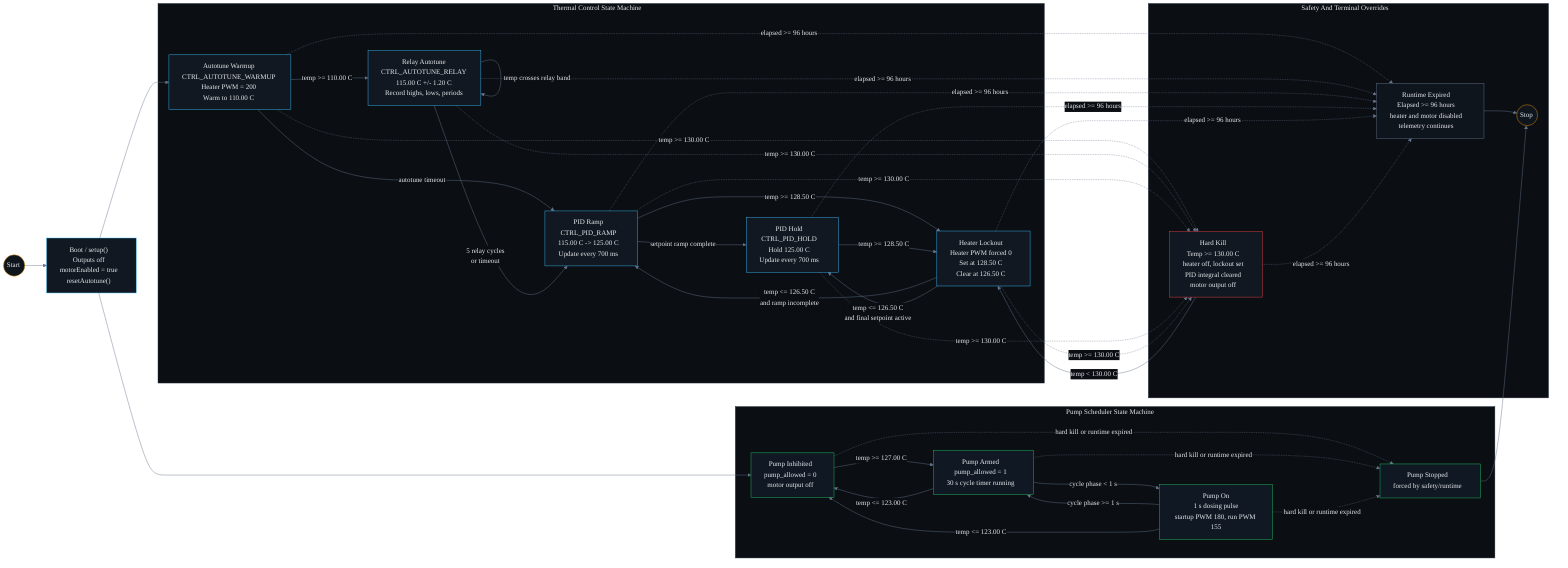
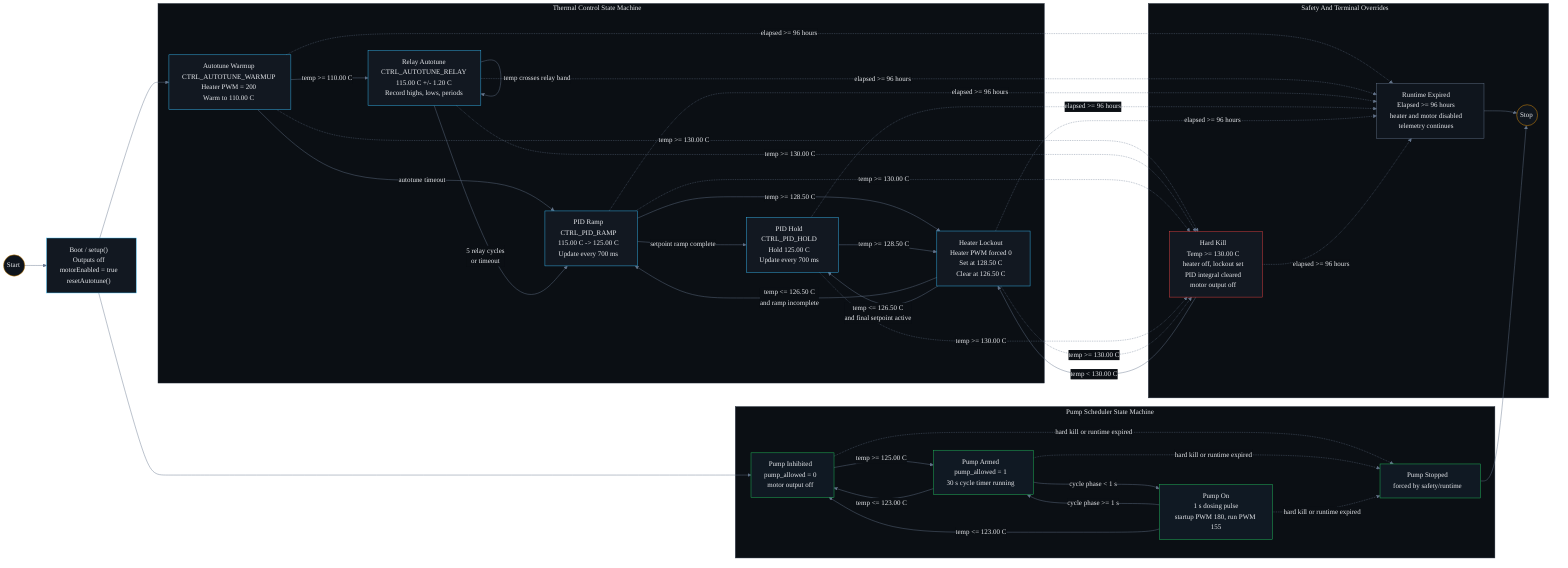
%%{init: {"theme": "base", "themeVariables": {"background": "#0b0f14", "mainBkg": "#121821", "secondBkg": "#0b0f14", "primaryColor": "#121821", "primaryTextColor": "#e5e7eb", "primaryBorderColor": "#1f2937", "lineColor": "#64748b", "secondaryColor": "#0b0f14", "tertiaryColor": "#0b0f14", "fontFamily": "Inter, IBM Plex Sans, ui-sans-serif, system-ui, sans-serif", "edgeLabelBackground": "#0b0f14", "clusterBkg": "#0b0f14", "clusterBorder": "#1f2937", "titleColor": "#e5e7eb", "nodeTextColor": "#e5e7eb"}}}%%
flowchart LR
  Start((Start)) --> Boot["Boot / setup()\nOutputs off\nmotorEnabled = true\nresetAutotune()"]

  subgraph Thermal["Thermal Control State Machine"]
    Warmup["Autotune Warmup\nCTRL_AUTOTUNE_WARMUP\nHeater PWM = 200\nWarm to 110.00 C"]
    Relay["Relay Autotune\nCTRL_AUTOTUNE_RELAY\n115.00 C +/- 1.20 C\nRecord highs, lows, periods"]
    Ramp["PID Ramp\nCTRL_PID_RAMP\n115.00 C -> 125.00 C\nUpdate every 700 ms"]
    Hold["PID Hold\nCTRL_PID_HOLD\nHold 125.00 C\nUpdate every 700 ms"]
    Lockout["Heater Lockout\nHeater PWM forced 0\nSet at 128.50 C\nClear at 126.50 C"]

    Warmup -->|"temp >= 110.00 C"| Relay
    Warmup -->|"autotune timeout"| Ramp
    Relay -->|"5 relay cycles\nor timeout"| Ramp
    Relay -->|"temp crosses relay band"| Relay
    Ramp -->|"setpoint ramp complete"| Hold
    Ramp -->|"temp >= 128.50 C"| Lockout
    Hold -->|"temp >= 128.50 C"| Lockout
    Lockout -->|"temp <= 126.50 C\nand ramp incomplete"| Ramp
    Lockout -->|"temp <= 126.50 C\nand final setpoint active"| Hold
  end

  Boot --> Warmup

  subgraph Pump["Pump Scheduler State Machine"]
    PumpInhibited["Pump Inhibited\npump_allowed = 0\nmotor output off"]
    PumpArmed["Pump Armed\npump_allowed = 1\n30 s cycle timer running"]
    PumpOn["Pump On\n1 s dosing pulse\nstartup PWM 180, run PWM 155"]
    PumpStopped["Pump Stopped\nforced by safety/runtime"]

-     PumpInhibited -->|"temp >= 127.00 C"| PumpArmed
+     PumpInhibited -->|"temp >= 125.00 C"| PumpArmed
    PumpArmed -->|"cycle phase < 1 s"| PumpOn
    PumpOn -->|"cycle phase >= 1 s"| PumpArmed
    PumpArmed -->|"temp <= 123.00 C"| PumpInhibited
    PumpOn -->|"temp <= 123.00 C"| PumpInhibited
  end

  Boot --> PumpInhibited

  subgraph Overrides["Safety And Terminal Overrides"]
    HardKill["Hard Kill\nTemp >= 130.00 C\nheater off, lockout set\nPID integral cleared\nmotor output off"]
    RuntimeExpired["Runtime Expired\nElapsed >= 96 hours\nheater and motor disabled\ntelemetry continues"]
    Stop((Stop))
  end

  Warmup -.->|"temp >= 130.00 C"| HardKill
  Relay -.->|"temp >= 130.00 C"| HardKill
  Ramp -.->|"temp >= 130.00 C"| HardKill
  Hold -.->|"temp >= 130.00 C"| HardKill
  Lockout -.->|"temp >= 130.00 C"| HardKill
  HardKill -->|"temp < 130.00 C"| Lockout

  Warmup -.->|"elapsed >= 96 hours"| RuntimeExpired
  Relay -.->|"elapsed >= 96 hours"| RuntimeExpired
  Ramp -.->|"elapsed >= 96 hours"| RuntimeExpired
  Hold -.->|"elapsed >= 96 hours"| RuntimeExpired
  Lockout -.->|"elapsed >= 96 hours"| RuntimeExpired
  HardKill -.->|"elapsed >= 96 hours"| RuntimeExpired
  PumpInhibited -.->|"hard kill or runtime expired"| PumpStopped
  PumpArmed -.->|"hard kill or runtime expired"| PumpStopped
  PumpOn -.->|"hard kill or runtime expired"| PumpStopped
  RuntimeExpired --> Stop
  PumpStopped --> Stop

  classDef normal fill:#121821,stroke:#38bdf8,color:#e5e7eb,stroke-width:1px;
  classDef pump fill:#101923,stroke:#22c55e,color:#e5e7eb,stroke-width:1px;
  classDef safety fill:#121821,stroke:#ef4444,color:#e5e7eb,stroke-width:1px;
  classDef terminal fill:#0f151d,stroke:#64748b,color:#e5e7eb,stroke-width:1px;
  classDef start fill:#0f151d,stroke:#f59e0b,color:#e5e7eb,stroke-width:1px;

  class Boot,Warmup,Relay,Ramp,Hold,Lockout normal;
  class PumpInhibited,PumpArmed,PumpOn,PumpStopped pump;
  class HardKill safety;
  class RuntimeExpired terminal;
  class Start,Stop start;

  style Thermal fill:#0b0f14,stroke:#1f2937,color:#e5e7eb
  style Pump fill:#0b0f14,stroke:#1f2937,color:#e5e7eb
  style Overrides fill:#0b0f14,stroke:#1f2937,color:#e5e7eb
